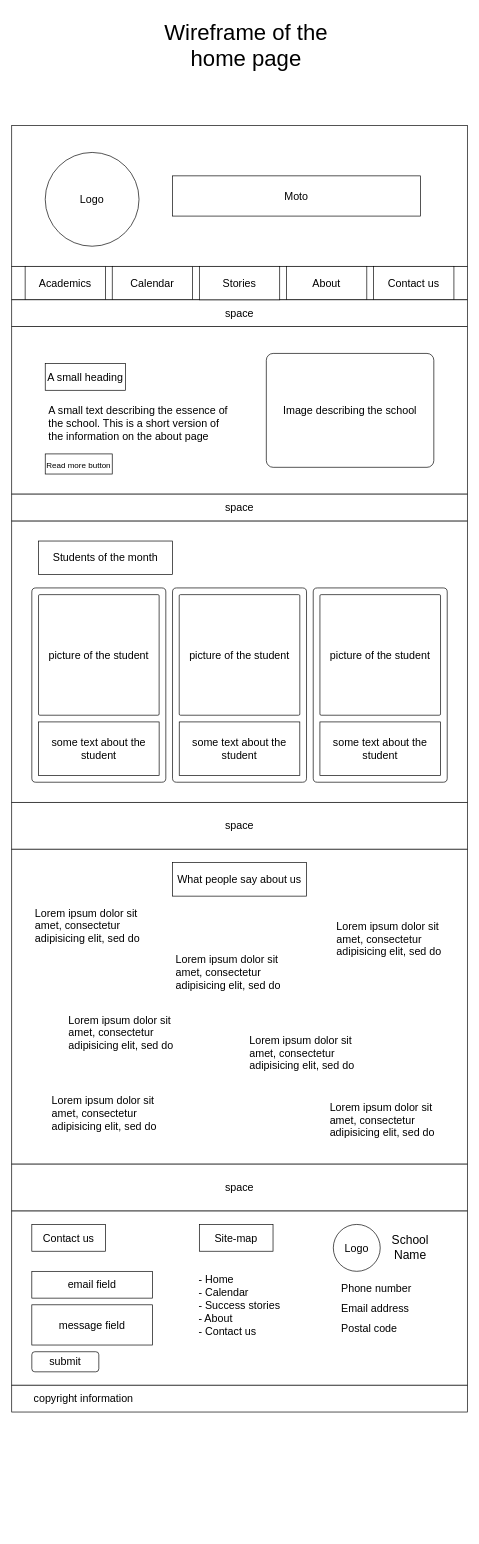
Above: design/homepage_wireframe.drawio in sami-bre/UGR-0848-13 (draw.io), before the change. Source tidied: cells renumbered, new cells numbered last; positions are measured from the earlier drawing's top-left corner, leaving out a move shared by most shapes. Both pictures are drawn from the tidied source at 67%, with x=0, y=0 at pixel (11, 11).
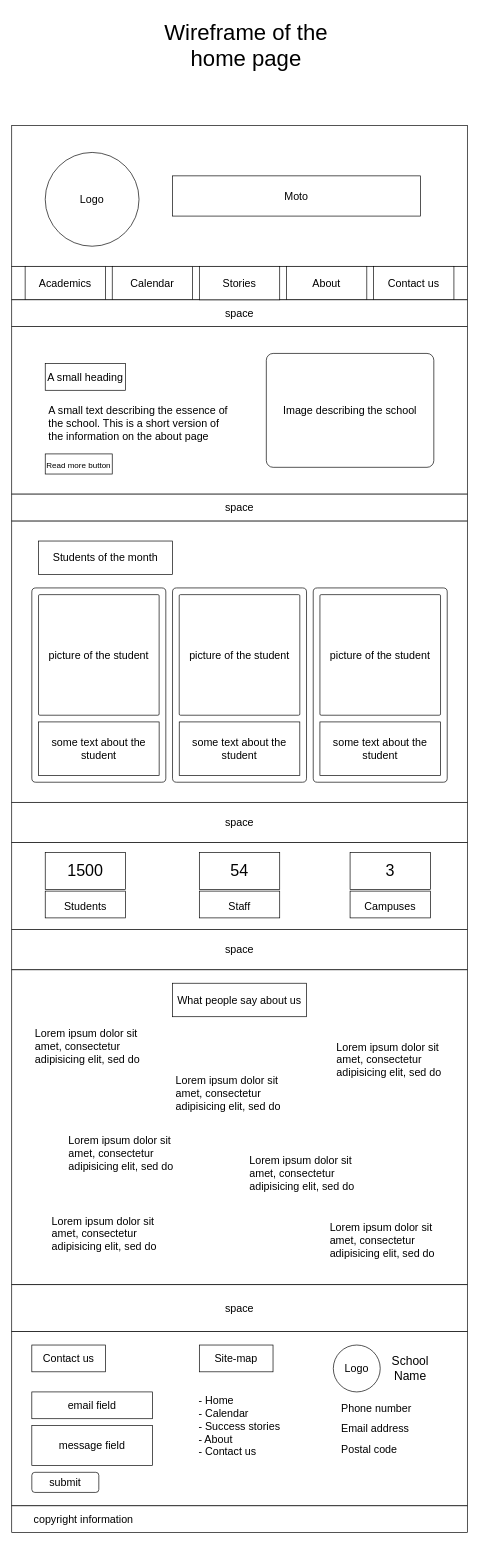
Above is the later version.

What changed in the source:
```diff
@@
     <mxCell id="28" value="space" style="rounded=0;whiteSpace=wrap;html=1;fontSize=16;" parent="1" vertex="1">
-      <mxGeometry y="1180" width="680" height="70" as="geometry" />
+      <mxGeometry y="1370" width="680" height="60" as="geometry" />
     </mxCell>
     <mxCell id="29" style="rounded=0;whiteSpace=wrap;html=1;fontSize=12;" parent="1" vertex="1">
-      <mxGeometry y="1250" width="680" height="470" as="geometry" />
+      <mxGeometry y="1430" width="680" height="470" as="geometry" />
     </mxCell>
     <mxCell id="30" value="&lt;font style=&quot;font-size: 16px;&quot;&gt;What people say about us&lt;/font&gt;" style="rounded=0;whiteSpace=wrap;html=1;fontSize=12;" parent="1" vertex="1">
-      <mxGeometry x="240" y="1270" width="200" height="50" as="geometry" />
+      <mxGeometry x="240" y="1450" width="200" height="50" as="geometry" />
     </mxCell>
     <mxCell id="31" value="&lt;p&gt;Lorem ipsum dolor sit amet, consectetur adipisicing elit, sed do &lt;br&gt;&lt;/p&gt;" style="text;html=1;strokeColor=none;fillColor=none;spacing=5;spacingTop=-20;whiteSpace=wrap;overflow=hidden;rounded=0;fontSize=16;" parent="1" vertex="1">
-      <mxGeometry x="30" y="1330" width="190" height="70" as="geometry" />
+      <mxGeometry x="30" y="1510" width="190" height="70" as="geometry" />
     </mxCell>
     <mxCell id="32" value="&lt;p&gt;Lorem ipsum dolor sit amet, consectetur adipisicing elit, sed do &lt;br&gt;&lt;/p&gt;" style="text;html=1;strokeColor=none;fillColor=none;spacing=5;spacingTop=-20;whiteSpace=wrap;overflow=hidden;rounded=0;fontSize=16;" parent="1" vertex="1">
-      <mxGeometry x="470" y="1620" width="190" height="70" as="geometry" />
+      <mxGeometry x="470" y="1800" width="190" height="70" as="geometry" />
     </mxCell>
     <mxCell id="33" value="&lt;p&gt;Lorem ipsum dolor sit amet, consectetur adipisicing elit, sed do &lt;br&gt;&lt;/p&gt;" style="text;html=1;strokeColor=none;fillColor=none;spacing=5;spacingTop=-20;whiteSpace=wrap;overflow=hidden;rounded=0;fontSize=16;" parent="1" vertex="1">
-      <mxGeometry x="240" y="1400" width="190" height="70" as="geometry" />
+      <mxGeometry x="240" y="1580" width="190" height="70" as="geometry" />
     </mxCell>
     <mxCell id="34" value="&lt;p&gt;Lorem ipsum dolor sit amet, consectetur adipisicing elit, sed do &lt;br&gt;&lt;/p&gt;" style="text;html=1;strokeColor=none;fillColor=none;spacing=5;spacingTop=-20;whiteSpace=wrap;overflow=hidden;rounded=0;fontSize=16;" parent="1" vertex="1">
-      <mxGeometry x="55" y="1610" width="190" height="70" as="geometry" />
+      <mxGeometry x="55" y="1790" width="190" height="70" as="geometry" />
     </mxCell>
     <mxCell id="35" value="&lt;p&gt;Lorem ipsum dolor sit amet, consectetur adipisicing elit, sed do &lt;br&gt;&lt;/p&gt;" style="text;html=1;strokeColor=none;fillColor=none;spacing=5;spacingTop=-20;whiteSpace=wrap;overflow=hidden;rounded=0;fontSize=16;" parent="1" vertex="1">
-      <mxGeometry x="480" y="1350" width="190" height="70" as="geometry" />
+      <mxGeometry x="480" y="1530" width="190" height="70" as="geometry" />
     </mxCell>
     <mxCell id="36" value="&lt;p&gt;Lorem ipsum dolor sit amet, consectetur adipisicing elit, sed do &lt;br&gt;&lt;/p&gt;" style="text;html=1;strokeColor=none;fillColor=none;spacing=5;spacingTop=-20;whiteSpace=wrap;overflow=hidden;rounded=0;fontSize=16;" parent="1" vertex="1">
-      <mxGeometry x="350" y="1520" width="190" height="70" as="geometry" />
+      <mxGeometry x="350" y="1700" width="190" height="70" as="geometry" />
     </mxCell>
     <mxCell id="37" value="&lt;p&gt;Lorem ipsum dolor sit amet, consectetur adipisicing elit, sed do &lt;br&gt;&lt;/p&gt;" style="text;html=1;strokeColor=none;fillColor=none;spacing=5;spacingTop=-20;whiteSpace=wrap;overflow=hidden;rounded=0;fontSize=16;" parent="1" vertex="1">
-      <mxGeometry x="80" y="1490" width="190" height="70" as="geometry" />
+      <mxGeometry x="80" y="1670" width="190" height="70" as="geometry" />
     </mxCell>
     <mxCell id="38" value="space" style="rounded=0;whiteSpace=wrap;html=1;fontSize=16;" parent="1" vertex="1">
-      <mxGeometry y="1720" width="680" height="70" as="geometry" />
+      <mxGeometry y="1900" width="680" height="70" as="geometry" />
     </mxCell>
     <mxCell id="39" style="rounded=0;whiteSpace=wrap;html=1;fontSize=16;" parent="1" vertex="1">
-      <mxGeometry y="1790" width="680" height="260" as="geometry" />
+      <mxGeometry y="1970" width="680" height="260" as="geometry" />
     </mxCell>
     <mxCell id="40" value="Contact us" style="rounded=0;whiteSpace=wrap;html=1;fontSize=16;" parent="1" vertex="1">
-      <mxGeometry x="30" y="1810" width="110" height="40" as="geometry" />
+      <mxGeometry x="30" y="1990" width="110" height="40" as="geometry" />
     </mxCell>
     <mxCell id="41" value="email field" style="rounded=0;whiteSpace=wrap;html=1;fontSize=16;" parent="1" vertex="1">
-      <mxGeometry x="30" y="1880" width="180" height="40" as="geometry" />
+      <mxGeometry x="30" y="2060" width="180" height="40" as="geometry" />
     </mxCell>
     <mxCell id="42" value="message field" style="rounded=0;whiteSpace=wrap;html=1;fontSize=16;" parent="1" vertex="1">
-      <mxGeometry x="30" y="1930" width="180" height="60" as="geometry" />
+      <mxGeometry x="30" y="2110" width="180" height="60" as="geometry" />
     </mxCell>
     <mxCell id="43" value="submit" style="rounded=1;whiteSpace=wrap;html=1;fontSize=16;" parent="1" vertex="1">
-      <mxGeometry x="30" y="2000" width="100" height="30" as="geometry" />
+      <mxGeometry x="30" y="2180" width="100" height="30" as="geometry" />
     </mxCell>
     <mxCell id="44" value="Site-map" style="rounded=0;whiteSpace=wrap;html=1;fontSize=16;" parent="1" vertex="1">
-      <mxGeometry x="280" y="1810" width="110" height="40" as="geometry" />
+      <mxGeometry x="280" y="1990" width="110" height="40" as="geometry" />
     </mxCell>
     <mxCell id="45" value="&lt;div align=&quot;left&quot;&gt;- Home&lt;/div&gt;&lt;div align=&quot;left&quot;&gt;- Calendar&lt;/div&gt;&lt;div align=&quot;left&quot;&gt;- Success stories&lt;br&gt;&lt;/div&gt;&lt;div align=&quot;left&quot;&gt;- About&lt;/div&gt;&lt;div align=&quot;left&quot;&gt;- Contact us&lt;/div&gt;&lt;div&gt;&lt;br&gt;&lt;/div&gt;&lt;div&gt;&lt;br&gt;&lt;/div&gt;" style="text;html=1;strokeColor=none;fillColor=none;align=center;verticalAlign=middle;whiteSpace=wrap;rounded=0;fontSize=16;" parent="1" vertex="1">
-      <mxGeometry x="270" y="1880" width="140" height="140" as="geometry" />
+      <mxGeometry x="270" y="2060" width="140" height="140" as="geometry" />
     </mxCell>
     <mxCell id="46" value="Logo" style="ellipse;whiteSpace=wrap;html=1;fontSize=16;" parent="1" vertex="1">
-      <mxGeometry x="480" y="1810" width="70" height="70" as="geometry" />
+      <mxGeometry x="480" y="1990" width="70" height="70" as="geometry" />
     </mxCell>
     <mxCell id="47" value="&lt;font style=&quot;font-size: 18px;&quot;&gt;School Name&lt;/font&gt;" style="text;html=1;strokeColor=none;fillColor=none;align=center;verticalAlign=middle;whiteSpace=wrap;rounded=0;fontSize=16;" parent="1" vertex="1">
-      <mxGeometry x="550" y="1815" width="90" height="60" as="geometry" />
+      <mxGeometry x="550" y="1995" width="90" height="60" as="geometry" />
     </mxCell>
     <mxCell id="48" value="&lt;div align=&quot;left&quot;&gt;&lt;font style=&quot;font-size: 16px;&quot;&gt;Phone number&lt;/font&gt;&lt;/div&gt;" style="text;html=1;strokeColor=none;fillColor=none;align=left;verticalAlign=middle;whiteSpace=wrap;rounded=0;fontSize=18;" parent="1" vertex="1">
-      <mxGeometry x="490" y="1890" width="135" height="30" as="geometry" />
+      <mxGeometry x="490" y="2070" width="135" height="30" as="geometry" />
     </mxCell>
     <mxCell id="49" value="&lt;div style=&quot;font-size: 16px;&quot; align=&quot;left&quot;&gt;&lt;font style=&quot;font-size: 16px;&quot;&gt;Email address&lt;br&gt;&lt;/font&gt;&lt;/div&gt;" style="text;html=1;strokeColor=none;fillColor=none;align=left;verticalAlign=middle;whiteSpace=wrap;rounded=0;fontSize=18;" parent="1" vertex="1">
-      <mxGeometry x="490" y="1920" width="135" height="30" as="geometry" />
+      <mxGeometry x="490" y="2100" width="135" height="30" as="geometry" />
     </mxCell>
     <mxCell id="50" value="&lt;font style=&quot;font-size: 16px;&quot;&gt;Postal code&lt;/font&gt;" style="text;html=1;strokeColor=none;fillColor=none;align=left;verticalAlign=middle;whiteSpace=wrap;rounded=0;fontSize=18;" parent="1" vertex="1">
-      <mxGeometry x="490" y="1950" width="135" height="30" as="geometry" />
+      <mxGeometry x="490" y="2130" width="135" height="30" as="geometry" />
     </mxCell>
     <mxCell id="51" value="&lt;div align=&quot;left&quot;&gt;&amp;nbsp;&amp;nbsp;&amp;nbsp;&amp;nbsp;&amp;nbsp;&amp;nbsp; copyright information&lt;br&gt;&lt;/div&gt;" style="rounded=0;whiteSpace=wrap;html=1;fontSize=16;align=left;" parent="1" vertex="1">
-      <mxGeometry y="2050" width="680" height="40" as="geometry" />
+      <mxGeometry y="2230" width="680" height="40" as="geometry" />
     </mxCell>
@@
+    <mxCell id="54" value="&lt;font style=&quot;font-size: 16px;&quot;&gt;space&lt;/font&gt;" style="rounded=0;whiteSpace=wrap;html=1;fontSize=14;" parent="1" vertex="1">
+      <mxGeometry y="1180" width="680" height="60" as="geometry" />
+    </mxCell>
+    <mxCell id="55" style="rounded=0;whiteSpace=wrap;html=1;fontSize=16;" parent="1" vertex="1">
+      <mxGeometry y="1240" width="680" height="130" as="geometry" />
+    </mxCell>
+    <mxCell id="56" value="&lt;font style=&quot;font-size: 24px;&quot;&gt;1500&lt;/font&gt;" style="rounded=0;whiteSpace=wrap;html=1;fontSize=16;" parent="1" vertex="1">
+      <mxGeometry x="50" y="1255" width="120" height="55" as="geometry" />
+    </mxCell>
+    <mxCell id="57" value="&lt;font style=&quot;font-size: 24px;&quot;&gt;54&lt;/font&gt;" style="rounded=0;whiteSpace=wrap;html=1;fontSize=16;" parent="1" vertex="1">
+      <mxGeometry x="280" y="1255" width="120" height="55" as="geometry" />
+    </mxCell>
+    <mxCell id="58" value="&lt;font style=&quot;font-size: 24px;&quot;&gt;3&lt;/font&gt;" style="rounded=0;whiteSpace=wrap;html=1;fontSize=16;" parent="1" vertex="1">
+      <mxGeometry x="505" y="1255" width="120" height="55" as="geometry" />
+    </mxCell>
+    <mxCell id="59" value="&lt;font style=&quot;font-size: 16px;&quot;&gt;Students&lt;/font&gt;" style="rounded=0;whiteSpace=wrap;html=1;fontSize=24;" parent="1" vertex="1">
+      <mxGeometry x="50" y="1312.5" width="120" height="40" as="geometry" />
+    </mxCell>
+    <mxCell id="60" value="&lt;font style=&quot;font-size: 16px;&quot;&gt;Staff&lt;/font&gt;" style="rounded=0;whiteSpace=wrap;html=1;fontSize=24;" parent="1" vertex="1">
+      <mxGeometry x="280" y="1312.5" width="120" height="40" as="geometry" />
+    </mxCell>
+    <mxCell id="61" value="&lt;font style=&quot;font-size: 16px;&quot;&gt;Campuses&lt;/font&gt;" style="rounded=0;whiteSpace=wrap;html=1;fontSize=24;" parent="1" vertex="1">
+      <mxGeometry x="505" y="1312.5" width="120" height="40" as="geometry" />
+    </mxCell>
```
